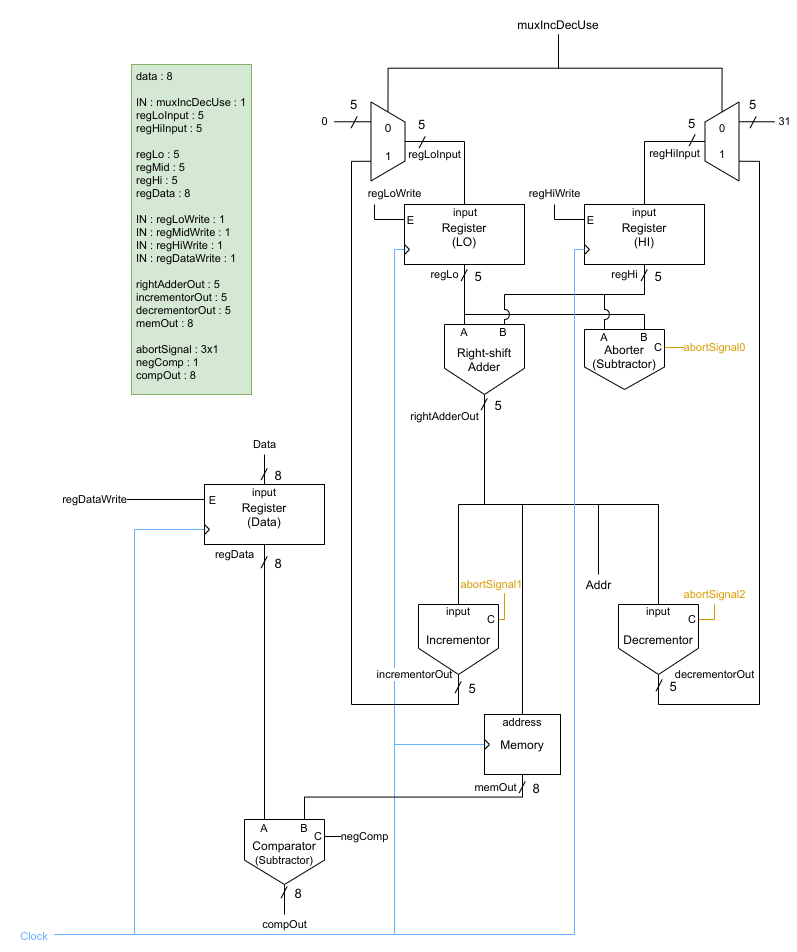
Above: post/lab/lab11/part2-datapath.png in featherbear/UNSW-COMP3222 (draw.io), before the change. Source tidied: cells renumbered, new cells last; positions are measured from the earlier drawing's top-left corner, leaving out a move shared by most shapes.
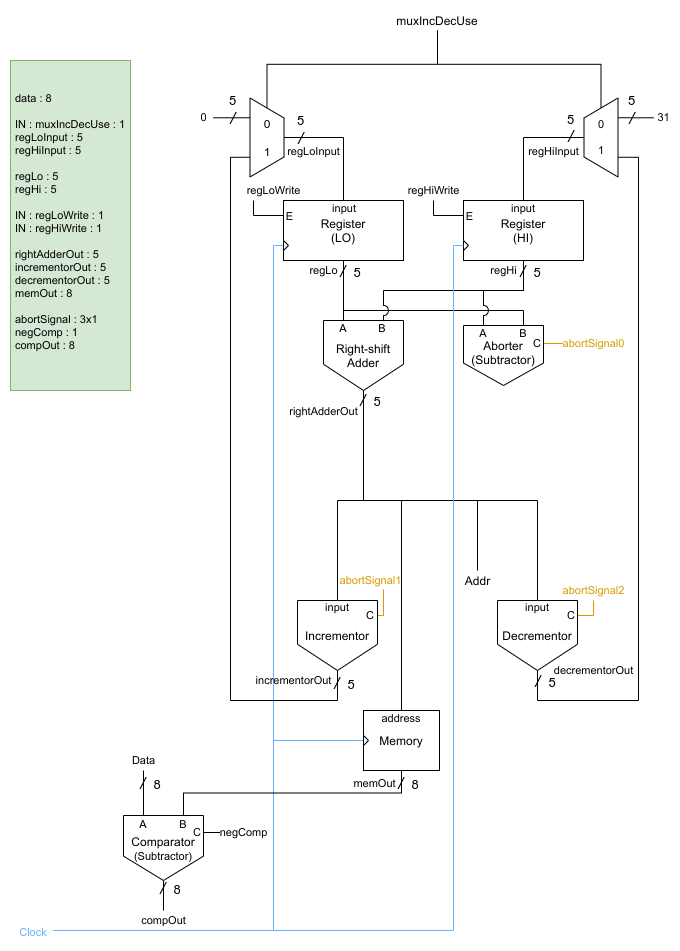
The same file after the commit.

The edit, as a diff of the source:
```diff
@@ -20,14 +20,6 @@
         <mxPoint x="20" y="20" as="offset" />
       </mxGeometry>
     </mxCell>
-    <mxCell id="5" style="edgeStyle=orthogonalEdgeStyle;rounded=0;jumpStyle=arc;jumpSize=10;jettySize=auto;html=1;exitX=1;exitY=0.5;exitDx=0;exitDy=0;entryX=0;entryY=0.5;entryDx=0;entryDy=0;labelBackgroundColor=#ffffff;startSize=6;endArrow=none;endFill=0;strokeColor=#66B2FF;fontSize=16;fontColor=none;" parent="1" edge="1" source="47" target="44">
-      <mxGeometry relative="1" as="geometry">
-        <Array as="points">
-          <mxPoint x="120" y="920" />
-          <mxPoint x="120" y="515" />
-        </Array>
-      </mxGeometry>
-    </mxCell>
     <mxCell id="6" style="edgeStyle=orthogonalEdgeStyle;rounded=0;jumpStyle=arc;jumpSize=10;jettySize=auto;html=1;exitX=0;exitY=0.5;exitDx=0;exitDy=0;entryX=1;entryY=0.5;entryDx=0;entryDy=0;labelBackgroundColor=#ffffff;startSize=6;endArrow=none;endFill=0;strokeColor=#66B2FF;fontSize=16;fontColor=none;" parent="1" edge="1" source="46" target="47">
       <mxGeometry relative="1" as="geometry">
         <Array as="points">
@@ -121,8 +113,8 @@
     <mxCell id="20" value="Register&lt;br&gt;(HI)" style="rounded=0;whiteSpace=wrap;html=1;" parent="1" vertex="1">
       <mxGeometry x="570" y="190" width="120" height="60" as="geometry" />
     </mxCell>
-    <mxCell id="21" value="incrementorOut" style="edgeStyle=orthogonalEdgeStyle;rounded=0;jettySize=auto;html=1;entryX=0.75;entryY=1;entryDx=0;entryDy=0;endArrow=none;endFill=0;" parent="1" edge="1" source="22" target="27">
-      <mxGeometry x="-0.79" y="-30" relative="1" as="geometry">
+    <mxCell id="21" value="incrementorOut" style="edgeStyle=orthogonalEdgeStyle;rounded=0;jettySize=auto;html=1;entryX=0.75;entryY=1;entryDx=0;entryDy=0;endArrow=none;endFill=0;labelBackgroundColor=none;" parent="1" edge="1" source="22" target="27">
+      <mxGeometry x="-0.79" y="-20" relative="1" as="geometry">
         <Array as="points">
           <mxPoint x="444" y="690" />
           <mxPoint x="337" y="690" />
@@ -182,28 +174,12 @@
     <mxCell id="35" value="Memory" style="rounded=0;whiteSpace=wrap;html=1;" parent="1" vertex="1">
       <mxGeometry x="470" y="700" width="76" height="60" as="geometry" />
     </mxCell>
-    <mxCell id="36" value="regDataWrite" style="edgeStyle=orthogonalEdgeStyle;rounded=0;jettySize=auto;html=1;exitX=0;exitY=0.25;exitDx=0;exitDy=0;endArrow=none;endFill=0;" parent="1" edge="1" source="39">
-      <mxGeometry x="1" y="30" relative="1" as="geometry">
-        <mxPoint x="110" y="485" as="targetPoint" />
-        <mxPoint x="-30" y="-30" as="offset" />
-      </mxGeometry>
-    </mxCell>
-    <mxCell id="37" value="Data" style="edgeStyle=orthogonalEdgeStyle;rounded=0;jettySize=auto;html=1;exitX=0.5;exitY=0;exitDx=0;exitDy=0;endArrow=none;endFill=0;" parent="1" edge="1" source="39">
+    <mxCell id="37" value="Data" style="edgeStyle=orthogonalEdgeStyle;rounded=0;jettySize=auto;html=1;endArrow=none;endFill=0;exitX=0.25;exitY=0;exitDx=0;exitDy=0;" parent="1" edge="1" source="15">
       <mxGeometry x="1" y="10" relative="1" as="geometry">
-        <mxPoint x="250" y="440" as="targetPoint" />
+        <mxPoint x="250" y="760" as="targetPoint" />
         <mxPoint x="10" y="-10" as="offset" />
       </mxGeometry>
     </mxCell>
-    <mxCell id="38" value="regData" style="edgeStyle=orthogonalEdgeStyle;rounded=0;jettySize=auto;html=1;exitX=0.5;exitY=1;exitDx=0;exitDy=0;entryX=0.25;entryY=0;entryDx=0;entryDy=0;endArrow=none;endFill=0;" parent="1" edge="1" source="39" target="15">
-      <mxGeometry x="-0.93" y="-30" relative="1" as="geometry">
-        <Array as="points">
-          <mxPoint x="250" y="530" />
-        </Array>
-      </mxGeometry>
-    </mxCell>
-    <mxCell id="39" value="Register&lt;br&gt;(Data)" style="rounded=0;whiteSpace=wrap;html=1;" parent="1" vertex="1">
-      <mxGeometry x="190" y="470" width="120" height="60" as="geometry" />
-    </mxCell>
     <mxCell id="40" value="Addr" style="text;html=1;align=center;verticalAlign=middle;points=[];" parent="1" vertex="1">
       <mxGeometry x="564" y="560" width="40" height="20" as="geometry" />
     </mxCell>
@@ -221,9 +197,6 @@
     <mxCell id="43" style="triangle;whiteSpace=wrap;html=1;fontSize=16;fontColor=none;" parent="1" vertex="1">
       <mxGeometry x="470" y="725" width="5" height="10" as="geometry" />
     </mxCell>
-    <mxCell id="44" style="triangle;whiteSpace=wrap;html=1;fontSize=16;fontColor=none;" parent="1" vertex="1">
-      <mxGeometry x="190" y="510" width="5" height="10" as="geometry" />
-    </mxCell>
     <mxCell id="45" style="triangle;whiteSpace=wrap;html=1;fontSize=16;fontColor=none;" parent="1" vertex="1">
       <mxGeometry x="570" y="230" width="5" height="10" as="geometry" />
     </mxCell>
@@ -231,7 +204,7 @@
       <mxGeometry x="390" y="230" width="5" height="10" as="geometry" />
     </mxCell>
     <mxCell id="47" value="&lt;font style=&quot;font-size: 11px&quot; color=&quot;#66b2ff&quot;&gt;Clock&lt;/font&gt;" style="rounded=0;whiteSpace=wrap;html=1;fontSize=16;fontColor=none;fillColor=none;strokeColor=none;" parent="1" vertex="1">
-      <mxGeometry y="910" width="40" height="20" as="geometry" />
+      <mxGeometry x="120" y="910" width="40" height="20" as="geometry" />
     </mxCell>
     <mxCell id="48" value="regHi" style="edgeStyle=orthogonalEdgeStyle;rounded=0;jettySize=auto;html=1;exitX=0.5;exitY=1;exitDx=0;exitDy=0;entryX=0.75;entryY=0;entryDx=0;entryDy=0;endArrow=none;endFill=0;jumpStyle=arc;jumpSize=10;" parent="1" edge="1" source="20" target="12">
       <mxGeometry x="-0.5" y="-20" relative="1" as="geometry">
@@ -266,9 +239,6 @@
     <mxCell id="53" value="E" style="text;html=1;align=center;verticalAlign=middle;fontSize=11;fontColor=none;" parent="1" vertex="1">
       <mxGeometry x="386" y="196" width="20" height="20" as="geometry" />
     </mxCell>
-    <mxCell id="54" value="E" style="text;html=1;align=center;verticalAlign=middle;fontSize=11;fontColor=none;" parent="1" vertex="1">
-      <mxGeometry x="188" y="476" width="20" height="20" as="geometry" />
-    </mxCell>
     <mxCell id="55" value="&lt;font style=&quot;font-size: 16px&quot;&gt;&lt;i&gt;/&lt;/i&gt;&amp;nbsp; &lt;/font&gt;&lt;font style=&quot;font-size: 13px&quot;&gt;8&lt;/font&gt;" style="text;html=1;align=center;verticalAlign=middle;fontSize=11;fontColor=none;" parent="1" vertex="1">
       <mxGeometry x="257" y="868" width="40" height="20" as="geometry" />
     </mxCell>
@@ -281,9 +251,6 @@
     <mxCell id="58" value="&lt;font style=&quot;font-size: 16px&quot;&gt;&lt;i&gt;/&lt;/i&gt;&amp;nbsp; &lt;/font&gt;&lt;font style=&quot;font-size: 13px&quot;&gt;5&lt;/font&gt;" style="text;html=1;align=center;verticalAlign=middle;fontSize=11;fontColor=none;" parent="1" vertex="1">
       <mxGeometry x="431" y="663" width="40" height="20" as="geometry" />
     </mxCell>
-    <mxCell id="59" value="&lt;font style=&quot;font-size: 16px&quot;&gt;&lt;i&gt;/&lt;/i&gt;&amp;nbsp; &lt;/font&gt;&lt;font style=&quot;font-size: 13px&quot;&gt;8&lt;/font&gt;" style="text;html=1;align=center;verticalAlign=middle;fontSize=11;fontColor=none;" parent="1" vertex="1">
-      <mxGeometry x="237" y="538" width="40" height="20" as="geometry" />
-    </mxCell>
     <mxCell id="60" value="&lt;font style=&quot;font-size: 16px&quot;&gt;&lt;i&gt;/&lt;/i&gt;&amp;nbsp; &lt;/font&gt;&lt;font style=&quot;font-size: 13px&quot;&gt;5&lt;/font&gt;" style="text;html=1;align=center;verticalAlign=middle;fontSize=11;fontColor=none;" parent="1" vertex="1">
       <mxGeometry x="457" y="380" width="40" height="20" as="geometry" />
     </mxCell>
@@ -299,7 +266,7 @@
     <mxCell id="64" value="&lt;font style=&quot;font-size: 16px&quot;&gt;&lt;i&gt;/&lt;/i&gt;&amp;nbsp; &lt;/font&gt;&lt;font style=&quot;font-size: 13px&quot;&gt;5&lt;/font&gt;" style="text;html=1;align=center;verticalAlign=middle;fontSize=11;fontColor=none;" parent="1" vertex="1">
       <mxGeometry x="437" y="251" width="40" height="20" as="geometry" />
     </mxCell>
-    <mxCell id="65" value="&lt;br&gt;data : 8&lt;br&gt;&lt;br&gt;IN :&amp;nbsp;muxIncDecUse : 1&lt;br&gt;regLoInput : 5&lt;br&gt;regHiInput : 5&lt;br&gt;&lt;br&gt;regLo : 5&lt;br&gt;regMid : 5&lt;br&gt;regHi : 5&lt;br&gt;regData : 8&lt;br&gt;&lt;br&gt;IN : regLoWrite : 1&lt;br&gt;IN : regMidWrite : 1&lt;br&gt;IN :&amp;nbsp;regHiWrite : 1&lt;br&gt;IN :&amp;nbsp;regDataWrite : 1&lt;br&gt;&lt;br&gt;rightAdderOut : 5&lt;br&gt;incrementorOut : 5&lt;br&gt;decrementorOut : 5&lt;br&gt;memOut : 8&lt;br&gt;&lt;br&gt;abortSignal : 3x1&lt;br&gt;negComp : 1&lt;br&gt;compOut : 8" style="text;html=1;strokeColor=#82b366;fillColor=#d5e8d4;spacing=5;spacingTop=-20;whiteSpace=wrap;overflow=hidden;rounded=0;fontSize=11;align=left;verticalAlign=middle;" parent="1" vertex="1">
+    <mxCell id="65" value="&lt;br&gt;data : 8&lt;br&gt;&lt;br&gt;IN :&amp;nbsp;muxIncDecUse : 1&lt;br&gt;regLoInput : 5&lt;br&gt;regHiInput : 5&lt;br&gt;&lt;br&gt;regLo : 5&lt;br&gt;regHi : 5&lt;br&gt;&lt;br&gt;IN : regLoWrite : 1&lt;br&gt;IN :&amp;nbsp;regHiWrite : 1&lt;br&gt;&lt;br&gt;rightAdderOut : 5&lt;br&gt;incrementorOut : 5&lt;br&gt;decrementorOut : 5&lt;br&gt;memOut : 8&lt;br&gt;&lt;br&gt;abortSignal : 3x1&lt;br&gt;negComp : 1&lt;br&gt;compOut : 8" style="text;html=1;strokeColor=#82b366;fillColor=#d5e8d4;spacing=5;spacingTop=-20;whiteSpace=wrap;overflow=hidden;rounded=0;fontSize=11;align=left;verticalAlign=middle;" parent="1" vertex="1">
       <mxGeometry x="117" y="50" width="120" height="330" as="geometry" />
     </mxCell>
     <mxCell id="66" value="&lt;font style=&quot;font-size: 16px&quot;&gt;&lt;span style=&quot;font-size: 13px&quot;&gt;5&lt;/span&gt;&lt;i&gt;&lt;br&gt;/&lt;/i&gt;&lt;/font&gt;" style="text;html=1;align=center;verticalAlign=middle;fontSize=11;fontColor=none;" parent="1" vertex="1">
@@ -309,7 +276,7 @@
       <mxGeometry x="728" y="83" width="20" height="30" as="geometry" />
     </mxCell>
     <mxCell id="68" value="&lt;font style=&quot;font-size: 16px&quot;&gt;&lt;i&gt;/&lt;/i&gt;&amp;nbsp; &lt;/font&gt;&lt;font style=&quot;font-size: 13px&quot;&gt;8&lt;/font&gt;" style="text;html=1;align=center;verticalAlign=middle;fontSize=11;fontColor=none;" parent="1" vertex="1">
-      <mxGeometry x="237" y="450" width="40" height="20" as="geometry" />
+      <mxGeometry x="237" y="763" width="40" height="20" as="geometry" />
     </mxCell>
     <mxCell id="69" value="C" style="text;html=1;strokeColor=none;fillColor=none;align=center;verticalAlign=middle;whiteSpace=wrap;rounded=0;fontSize=11;" parent="1" vertex="1">
       <mxGeometry x="672" y="600" width="12" height="10" as="geometry" />
@@ -332,9 +299,6 @@
     <mxCell id="75" value="input" style="text;html=1;strokeColor=none;fillColor=none;align=center;verticalAlign=middle;whiteSpace=wrap;rounded=0;fontSize=11;" parent="1" vertex="1">
       <mxGeometry x="638" y="592" width="12" height="10" as="geometry" />
     </mxCell>
-    <mxCell id="76" value="input" style="text;html=1;strokeColor=none;fillColor=none;align=center;verticalAlign=middle;whiteSpace=wrap;rounded=0;fontSize=11;" parent="1" vertex="1">
-      <mxGeometry x="244" y="473" width="12" height="10" as="geometry" />
-    </mxCell>
     <mxCell id="77" value="input" style="text;html=1;strokeColor=none;fillColor=none;align=center;verticalAlign=middle;whiteSpace=wrap;rounded=0;fontSize=11;" parent="1" vertex="1">
       <mxGeometry x="445" y="193" width="12" height="10" as="geometry" />
     </mxCell>
```
